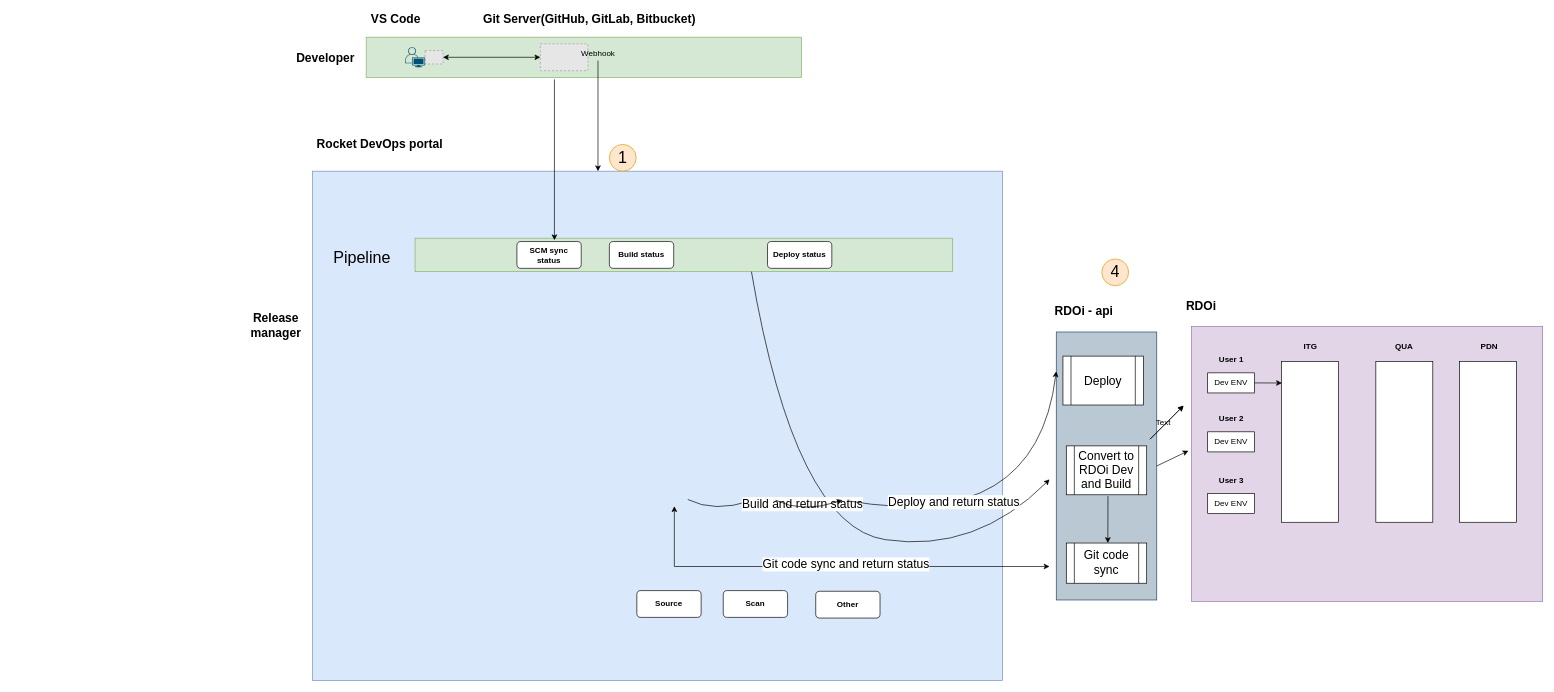
dingzhanxing/Diagram keeps this draw.io diagram as RDOp/RDOpt integration.drawio. Above is the earlier version. Source tidied: cells renumbered, new cells numbered last; positions are measured from the earlier drawing's top-left corner, leaving out a move shared by most shapes. Both pictures are drawn from the tidied source at 67%, with x=0, y=0 at pixel (245, 12). Pictures stored in the file or linked from it are replaced by grey dashed boxes.
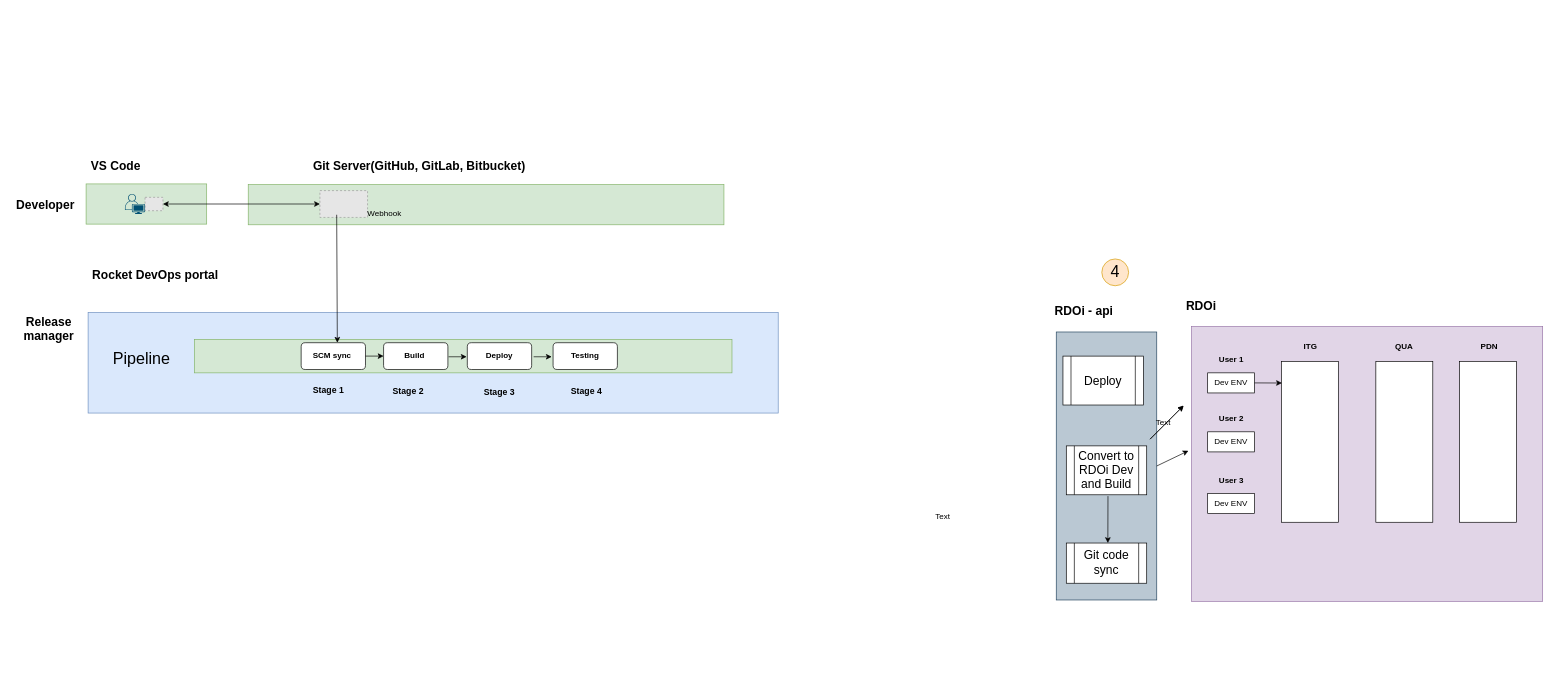
The same diagram, later.

The change refers to these unchanged cells:
```xml
<mxCell id="36" style="rounded=0;whiteSpace=wrap;html=1;fontSize=14;fillColor=#bac8d3;strokeColor=#23445d;" parent="1" vertex="1">
  <mxGeometry x="1210" y="477" width="150" height="400" as="geometry" />
</mxCell>
```

The edit, as a diff of the source:
```diff
@@
+    <mxCell id="59" style="rounded=0;whiteSpace=wrap;html=1;fillColor=#d5e8d4;strokeColor=#82b366;" parent="1" vertex="1">
+      <mxGeometry x="4" y="257" width="710" height="60" as="geometry" />
+    </mxCell>
     <mxCell id="2" style="rounded=0;whiteSpace=wrap;html=1;fillColor=#dae8fc;strokeColor=#6c8ebf;" parent="1" vertex="1">
-      <mxGeometry x="100" y="237" width="1030" height="760" as="geometry" />
+      <mxGeometry x="-235" y="448" width="1030" height="150" as="geometry" />
     </mxCell>
     <mxCell id="3" style="rounded=0;whiteSpace=wrap;html=1;fillColor=#d5e8d4;strokeColor=#82b366;" parent="1" vertex="1">
-      <mxGeometry x="180" y="37" width="650" height="60" as="geometry" />
+      <mxGeometry x="-238" y="256" width="180" height="60" as="geometry" />
     </mxCell>
     <mxCell id="4" style="fillColor=#E6E6E6;strokeColor=#999999;dashed=1;verticalLabelPosition=bottom;labelBackgroundColor=default;verticalAlign=top;" parent="1" vertex="1">
-      <mxGeometry x="268" y="57" width="26.7" height="20" as="geometry" />
+      <mxGeometry x="-150" y="276" width="26.7" height="20" as="geometry" />
     </mxCell>
     <mxCell id="5" style="verticalLabelPosition=bottom;sketch=0;html=1;verticalAlign=top;align=center;shape=mxgraph.cisco19.user;fillColor=#005073;strokeColor=none;" parent="1" vertex="1">
-      <mxGeometry x="238" y="52" width="30" height="30" as="geometry" />
+      <mxGeometry x="-180" y="271" width="30" height="30" as="geometry" />
     </mxCell>
     <mxCell id="6" style="fillColor=#E6E6E6;strokeColor=#999999;dashed=1;verticalLabelPosition=bottom;labelBackgroundColor=default;verticalAlign=top;" parent="1" vertex="1">
-      <mxGeometry x="440" y="47" width="71.1" height="40" as="geometry" />
+      <mxGeometry x="111" y="266" width="71.1" height="40" as="geometry" />
     </mxCell>
@@
     <mxCell id="8" value="&lt;b&gt;&lt;font style=&quot;font-size: 18px&quot;&gt;Developer&lt;/font&gt;&lt;/b&gt;" style="text;html=1;align=center;verticalAlign=middle;fillColor=none;strokeColor=none;rounded=0;" parent="1" vertex="1">
-      <mxGeometry x="69" y="59" width="100" height="20" as="geometry" />
+      <mxGeometry x="-349" y="278" width="100" height="20" as="geometry" />
     </mxCell>
     <mxCell id="9" value="&lt;b&gt;&lt;font style=&quot;font-size: 18px&quot;&gt;Release &lt;br&gt;manager&lt;br&gt;&lt;/font&gt;&lt;/b&gt;" style="text;html=1;align=center;verticalAlign=middle;fillColor=none;strokeColor=none;rounded=0;" parent="1" vertex="1">
-      <mxGeometry y="448" width="90" height="40" as="geometry" />
+      <mxGeometry x="-339" y="453" width="90" height="40" as="geometry" />
     </mxCell>
     <mxCell id="10" value="&lt;b&gt;&lt;font style=&quot;font-size: 18px&quot;&gt;Rocket DevOps portal&lt;/font&gt;&lt;/b&gt;" style="text;html=1;align=center;verticalAlign=middle;fillColor=none;strokeColor=none;rounded=0;" parent="1" vertex="1">
-      <mxGeometry x="100" y="187" width="200" height="20" as="geometry" />
+      <mxGeometry x="-235" y="383" width="200" height="20" as="geometry" />
     </mxCell>
     <mxCell id="11" value="Webhook" style="text;html=1;align=center;verticalAlign=middle;points=[];fillColor=none;strokeColor=none;rounded=0;" parent="1" vertex="1">
-      <mxGeometry x="491" y="52" width="70" height="20" as="geometry" />
+      <mxGeometry x="172" y="291" width="70" height="20" as="geometry" />
     </mxCell>
-    <mxCell id="12" style="endArrow=classic;html=1;rounded=0;" parent="1" edge="1" source="11">
-      <mxGeometry relative="1" as="geometry">
-        <mxPoint x="526" y="237" as="targetPoint" />
-      </mxGeometry>
-    </mxCell>
@@
     <mxCell id="14" value="&lt;b&gt;&lt;font style=&quot;font-size: 18px&quot;&gt;VS Code&lt;/font&gt;&lt;/b&gt;" style="text;html=1;align=center;verticalAlign=middle;fillColor=none;strokeColor=none;rounded=0;" parent="1" vertex="1">
-      <mxGeometry x="179" width="90" height="20" as="geometry" />
+      <mxGeometry x="-239" y="219" width="90" height="20" as="geometry" />
     </mxCell>
     <mxCell id="15" value="&lt;b&gt;&lt;font style=&quot;font-size: 18px&quot;&gt;Git Server(GitHub, GitLab, Bitbucket)&lt;/font&gt;&lt;/b&gt;" style="text;html=1;align=center;verticalAlign=middle;fillColor=none;strokeColor=none;rounded=0;" parent="1" vertex="1">
-      <mxGeometry x="348" width="330" height="20" as="geometry" />
+      <mxGeometry x="94" y="219" width="330" height="20" as="geometry" />
     </mxCell>
@@
-    <mxCell id="30" value="&lt;font style=&quot;font-size: 24px&quot;&gt;1&lt;/font&gt;" style="ellipse;whiteSpace=wrap;html=1;fillColor=#ffe6cc;strokeColor=#d79b00;" parent="1" vertex="1">
-      <mxGeometry x="543" y="197" width="40" height="40" as="geometry" />
-    </mxCell>
@@
     <mxCell id="32" style="rounded=0;whiteSpace=wrap;html=1;fillColor=#d5e8d4;strokeColor=#82b366;" parent="1" vertex="1">
-      <mxGeometry x="253" y="337" width="802" height="50" as="geometry" />
+      <mxGeometry x="-76" y="488" width="802" height="50" as="geometry" />
     </mxCell>
-    <mxCell id="33" value="&lt;b&gt;SCM sync status&lt;/b&gt;" style="rounded=1;whiteSpace=wrap;html=1;" parent="1" vertex="1">
-      <mxGeometry x="405" y="342" width="96" height="40" as="geometry" />
+    <mxCell id="33" value="&lt;b&gt;SCM sync&amp;nbsp;&lt;/b&gt;" style="rounded=1;whiteSpace=wrap;html=1;" parent="1" vertex="1">
+      <mxGeometry x="83" y="493" width="96" height="40" as="geometry" />
     </mxCell>
-    <mxCell id="34" value="&lt;b&gt;Build status&lt;/b&gt;" style="rounded=1;whiteSpace=wrap;html=1;" parent="1" vertex="1">
-      <mxGeometry x="543" y="342" width="96" height="40" as="geometry" />
+    <mxCell id="34" value="&lt;b&gt;Build&amp;nbsp;&lt;/b&gt;" style="rounded=1;whiteSpace=wrap;html=1;" parent="1" vertex="1">
+      <mxGeometry x="206" y="493" width="96" height="40" as="geometry" />
     </mxCell>
-    <mxCell id="35" value="&lt;b&gt;Deploy status&lt;/b&gt;" style="rounded=1;whiteSpace=wrap;html=1;" parent="1" vertex="1">
-      <mxGeometry x="779" y="342" width="96" height="40" as="geometry" />
+    <mxCell id="35" value="&lt;b&gt;Deploy&lt;/b&gt;" style="rounded=1;whiteSpace=wrap;html=1;" parent="1" vertex="1">
+      <mxGeometry x="331" y="493" width="96" height="40" as="geometry" />
     </mxCell>
@@
-    <mxCell id="37" style="endArrow=classic;startArrow=classic;html=1;rounded=0;fontSize=14;" parent="1" edge="1">
-      <mxGeometry relative="1" as="geometry">
-        <mxPoint x="640" y="737" as="sourcePoint" />
-        <mxPoint x="1200" y="827" as="targetPoint" />
-        <Array as="points">
-          <mxPoint x="640" y="827" />
-        </Array>
-      </mxGeometry>
-    </mxCell>
-    <mxCell id="38" value="&lt;font style=&quot;font-size: 18px&quot;&gt;Git code sync and return status&lt;/font&gt;" style="edgeLabel;html=1;align=center;verticalAlign=middle;fontSize=14;" parent="37" vertex="1">
-      <mxGeometry x="0.06" y="4" relative="1" as="geometry" />
-    </mxCell>
-    <mxCell id="39" style="curved=1;endArrow=classic;html=1;rounded=0;fontSize=18;" parent="1" edge="1">
-      <mxGeometry relative="1" as="geometry">
-        <mxPoint x="660" y="727" as="sourcePoint" />
-        <mxPoint x="760" y="727" as="targetPoint" />
-        <Array as="points">
-          <mxPoint x="700" y="747" />
-        </Array>
-      </mxGeometry>
-    </mxCell>
@@
-    <mxCell id="43" style="curved=1;endArrow=classic;html=1;rounded=0;fontSize=18;exitX=0.626;exitY=1;exitDx=0;exitDy=0;exitPerimeter=0;" parent="1" edge="1" source="32">
-      <mxGeometry relative="1" as="geometry">
-        <mxPoint x="1200" y="697" as="targetPoint" />
-        <Array as="points">
-          <mxPoint x="820" y="767" />
-          <mxPoint x="1090" y="807" />
-        </Array>
-      </mxGeometry>
-    </mxCell>
-    <mxCell id="44" value="Build and return status" style="edgeLabel;html=1;align=center;verticalAlign=middle;fontSize=18;" parent="43" vertex="1">
-      <mxGeometry x="-0.13" y="17" relative="1" as="geometry">
-        <mxPoint x="-1" as="offset" />
-      </mxGeometry>
-    </mxCell>
@@
-    <mxCell id="48" style="curved=1;endArrow=classic;html=1;rounded=0;fontSize=18;" parent="1" edge="1">
-      <mxGeometry relative="1" as="geometry">
-        <mxPoint x="791" y="728" as="sourcePoint" />
-        <mxPoint x="891" y="728" as="targetPoint" />
-        <Array as="points">
-          <mxPoint x="831" y="748" />
-        </Array>
-      </mxGeometry>
-    </mxCell>
-    <mxCell id="49" style="curved=1;endArrow=classic;html=1;rounded=0;fontSize=18;exitX=0.75;exitY=1;exitDx=0;exitDy=0;entryX=0;entryY=0.147;entryDx=0;entryDy=0;entryPerimeter=0;" parent="1" edge="1" target="36">
-      <mxGeometry relative="1" as="geometry">
-        <mxPoint x="900" y="729.2" as="sourcePoint" />
-        <Array as="points">
-          <mxPoint x="1180" y="777" />
-        </Array>
-      </mxGeometry>
-    </mxCell>
-    <mxCell id="50" value="Deploy and return status" style="edgeLabel;html=1;align=center;verticalAlign=middle;fontSize=18;" parent="49" vertex="1">
-      <mxGeometry x="-0.13" y="17" relative="1" as="geometry">
-        <mxPoint x="-72" y="-20" as="offset" />
-      </mxGeometry>
-    </mxCell>
-    <mxCell id="51" value="&lt;b&gt;Source&lt;/b&gt;" style="rounded=1;whiteSpace=wrap;html=1;" parent="1" vertex="1">
-      <mxGeometry x="584" y="863" width="96" height="40" as="geometry" />
-    </mxCell>
-    <mxCell id="52" value="&lt;b&gt;Scan&lt;/b&gt;" style="rounded=1;whiteSpace=wrap;html=1;" parent="1" vertex="1">
-      <mxGeometry x="713" y="863" width="96" height="40" as="geometry" />
-    </mxCell>
-    <mxCell id="53" value="&lt;b&gt;Other&lt;/b&gt;" style="rounded=1;whiteSpace=wrap;html=1;" parent="1" vertex="1">
-      <mxGeometry x="851" y="864" width="96" height="40" as="geometry" />
-    </mxCell>
@@
-    <mxCell id="56" style="endArrow=classic;html=1;rounded=0;exitX=0.4;exitY=1;exitDx=0;exitDy=0;exitPerimeter=0;" parent="1" edge="1">
+    <mxCell id="56" style="endArrow=classic;html=1;rounded=0;" parent="1" edge="1">
       <mxGeometry relative="1" as="geometry">
-        <mxPoint x="461" y="100" as="sourcePoint" />
-        <mxPoint x="461" y="340" as="targetPoint" />
+        <mxPoint x="136" y="302" as="sourcePoint" />
+        <mxPoint x="137" y="493" as="targetPoint" />
       </mxGeometry>
     </mxCell>
@@
     <mxCell id="58" value="&lt;font style=&quot;font-size: 24px;&quot;&gt;Pipeline&lt;/font&gt;" style="text;html=1;strokeColor=none;fillColor=none;align=center;verticalAlign=middle;whiteSpace=wrap;rounded=0;" parent="1" vertex="1">
-      <mxGeometry x="144" y="352" width="60" height="30" as="geometry" />
+      <mxGeometry x="-185" y="503" width="60" height="30" as="geometry" />
     </mxCell>
+    <mxCell id="60" value="&lt;b&gt;Testing&lt;/b&gt;" style="rounded=1;whiteSpace=wrap;html=1;" parent="1" vertex="1">
+      <mxGeometry x="459" y="493" width="96" height="40" as="geometry" />
+    </mxCell>
+    <mxCell id="61" value="Text" style="text;html=1;strokeColor=none;fillColor=none;align=center;verticalAlign=middle;whiteSpace=wrap;rounded=0;" parent="1" vertex="1">
+      <mxGeometry x="1011" y="738" width="60" height="30" as="geometry" />
+    </mxCell>
+    <mxCell id="62" value="&lt;b style=&quot;font-size: 13px;&quot;&gt;Stage 1&lt;/b&gt;" style="text;html=1;strokeColor=none;fillColor=none;align=center;verticalAlign=middle;whiteSpace=wrap;rounded=0;fontSize=13;" parent="1" vertex="1">
+      <mxGeometry x="94" y="548" width="60" height="30" as="geometry" />
+    </mxCell>
+    <mxCell id="63" value="&lt;b style=&quot;font-size: 13px;&quot;&gt;Stage 2&lt;/b&gt;" style="text;html=1;strokeColor=none;fillColor=none;align=center;verticalAlign=middle;whiteSpace=wrap;rounded=0;fontSize=13;" parent="1" vertex="1">
+      <mxGeometry x="213" y="550" width="60" height="30" as="geometry" />
+    </mxCell>
+    <mxCell id="64" value="&lt;b style=&quot;font-size: 13px;&quot;&gt;Stage 3&lt;/b&gt;" style="text;html=1;strokeColor=none;fillColor=none;align=center;verticalAlign=middle;whiteSpace=wrap;rounded=0;fontSize=13;" parent="1" vertex="1">
+      <mxGeometry x="349" y="552" width="60" height="30" as="geometry" />
+    </mxCell>
+    <mxCell id="65" value="&lt;b style=&quot;font-size: 13px;&quot;&gt;Stage 4&lt;/b&gt;" style="text;html=1;strokeColor=none;fillColor=none;align=center;verticalAlign=middle;whiteSpace=wrap;rounded=0;fontSize=13;" parent="1" vertex="1">
+      <mxGeometry x="479" y="550" width="60" height="30" as="geometry" />
+    </mxCell>
+    <mxCell id="66" style="endArrow=classic;html=1;rounded=0;exitX=1;exitY=0.5;exitDx=0;exitDy=0;entryX=0;entryY=0.5;entryDx=0;entryDy=0;" parent="1" edge="1" source="33" target="34">
+      <mxGeometry relative="1" as="geometry" />
+    </mxCell>
+    <mxCell id="67" style="endArrow=classic;html=1;rounded=0;exitX=1;exitY=0.5;exitDx=0;exitDy=0;entryX=0;entryY=0.5;entryDx=0;entryDy=0;" parent="1" edge="1">
+      <mxGeometry relative="1" as="geometry">
+        <mxPoint x="303" y="514" as="sourcePoint" />
+        <mxPoint x="330" y="514" as="targetPoint" />
+      </mxGeometry>
+    </mxCell>
+    <mxCell id="68" style="endArrow=classic;html=1;rounded=0;exitX=1;exitY=0.5;exitDx=0;exitDy=0;entryX=0;entryY=0.5;entryDx=0;entryDy=0;" parent="1" edge="1">
+      <mxGeometry relative="1" as="geometry">
+        <mxPoint x="430" y="514" as="sourcePoint" />
+        <mxPoint x="457" y="514" as="targetPoint" />
+      </mxGeometry>
+    </mxCell>
```
